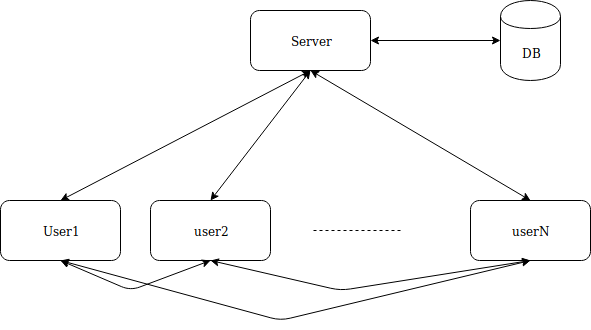
The draw.io diagram images/architecture_chatapp.png in tienthienhd/example_chatapp, before a commit. Source tidied: cells renumbered, new cells last; positions are measured from the earlier drawing's top-left corner, leaving out a move shared by most shapes.
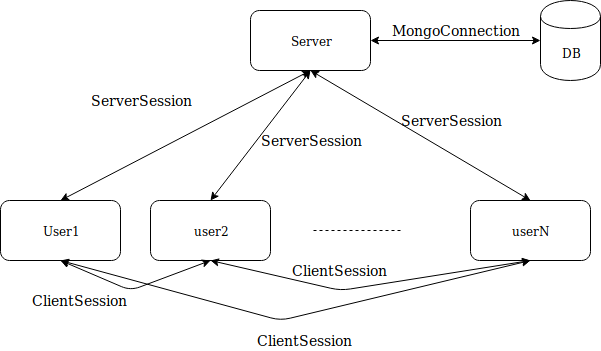
After the change.

Commit message:
detail architecture

Diff of the diagram source:
```diff
@@ -12,7 +12,7 @@
       <mxGeometry x="150" y="200" width="120" height="60" as="geometry" />
     </mxCell>
     <mxCell id="5" value="DB" style="shape=cylinder;whiteSpace=wrap;html=1;boundedLbl=1;backgroundOutline=1;" parent="1" vertex="1">
-      <mxGeometry x="500" width="60" height="80" as="geometry" />
+      <mxGeometry x="540" width="60" height="80" as="geometry" />
     </mxCell>
     <mxCell id="6" style="endArrow=classic;startArrow=classic;html=1;exitX=1;exitY=0.5;exitDx=0;exitDy=0;" parent="1" edge="1" source="3" target="5">
       <mxGeometry relative="1" as="geometry" />
@@ -56,5 +56,26 @@
         </Array>
       </mxGeometry>
     </mxCell>
+    <mxCell id="15" value="&lt;div style=&quot;font-size: 14px;&quot;&gt;MongoConnection&lt;/div&gt;" style="text;html=1;strokeColor=none;fillColor=none;align=center;verticalAlign=middle;whiteSpace=wrap;rounded=0;fontSize=14;" parent="1" vertex="1">
+      <mxGeometry x="380" y="20" width="150" height="20" as="geometry" />
+    </mxCell>
+    <mxCell id="16" value="&lt;div&gt;ServerSession&lt;/div&gt;" style="text;html=1;strokeColor=none;fillColor=none;align=center;verticalAlign=middle;whiteSpace=wrap;rounded=0;fontSize=14;" parent="1" vertex="1">
+      <mxGeometry x="120" y="90" width="40" height="20" as="geometry" />
+    </mxCell>
+    <mxCell id="17" value="&lt;div&gt;ServerSession&lt;/div&gt;" style="text;html=1;strokeColor=none;fillColor=none;align=center;verticalAlign=middle;whiteSpace=wrap;rounded=0;fontSize=14;" parent="1" vertex="1">
+      <mxGeometry x="290" y="130" width="40" height="20" as="geometry" />
+    </mxCell>
+    <mxCell id="18" value="&lt;div&gt;ServerSession&lt;/div&gt;" style="text;html=1;strokeColor=none;fillColor=none;align=center;verticalAlign=middle;whiteSpace=wrap;rounded=0;fontSize=14;" parent="1" vertex="1">
+      <mxGeometry x="430" y="110" width="40" height="20" as="geometry" />
+    </mxCell>
+    <mxCell id="19" value="&lt;div&gt;ClientSession&lt;/div&gt;" style="text;html=1;align=left;verticalAlign=top;spacingTop=-4;fontSize=14;" parent="1" vertex="1">
+      <mxGeometry x="255" y="330" width="110" height="20" as="geometry" />
+    </mxCell>
+    <mxCell id="20" value="&lt;div&gt;ClientSession&lt;/div&gt;" style="text;html=1;align=left;verticalAlign=top;spacingTop=-4;fontSize=14;" parent="1" vertex="1">
+      <mxGeometry x="30" y="290" width="110" height="20" as="geometry" />
+    </mxCell>
+    <mxCell id="21" value="&lt;div&gt;ClientSession&lt;/div&gt;" style="text;html=1;align=left;verticalAlign=top;spacingTop=-4;fontSize=14;" parent="1" vertex="1">
+      <mxGeometry x="290" y="260" width="110" height="20" as="geometry" />
+    </mxCell>
   </root>
 </mxGraphModel>
```
